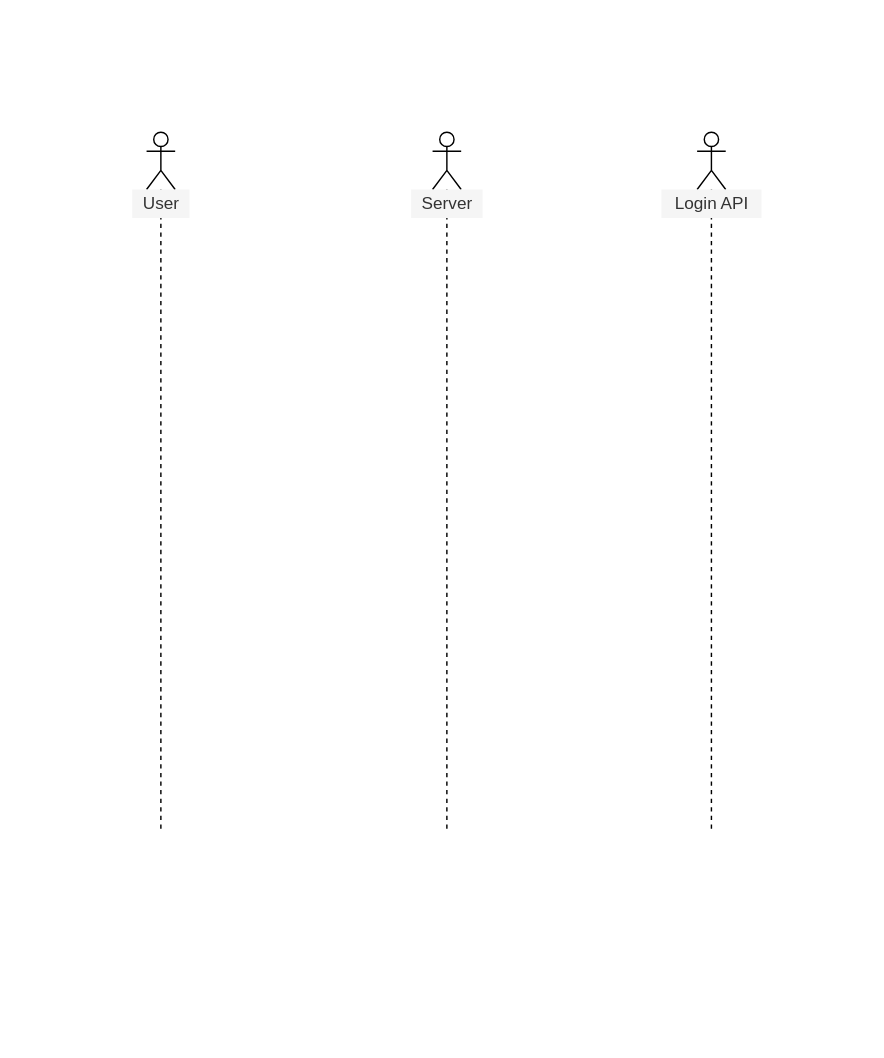
Before: page "Sequence Diagram (Login)" (3 of 4) of Class Diagram.drawio in Psycomentis06/AZIT-e-commerce-API-doc, a draw.io diagram. Source tidied: cells renumbered, new cells numbered last; positions are measured from the earlier drawing's top-left corner, leaving out a move shared by most shapes. Both pictures are drawn from the tidied source at 143%, with x=0, y=0 at pixel (132, 132).
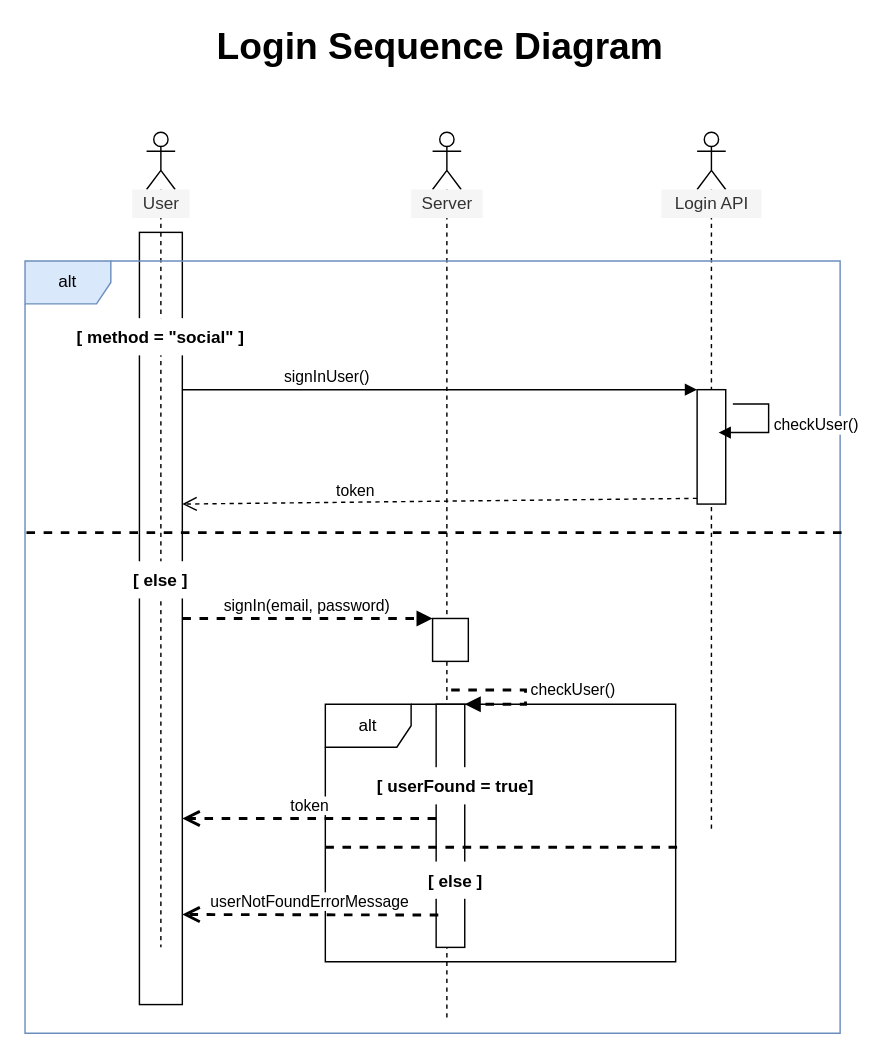
The same page after the edit.

The edit, as a diff of the source:
```diff
@@
+    <mxCell id="8" style="html=1;points=[];perimeter=orthogonalPerimeter;fillColor=#FFFFFF;" parent="1" vertex="1">
+      <mxGeometry x="400" y="210" width="10" height="40" as="geometry" />
+    </mxCell>
+    <mxCell id="9" style="html=1;perimeter=orthogonalPerimeter;" parent="1" vertex="1">
+      <mxGeometry x="5" y="70" width="30" height="540" as="geometry" />
+    </mxCell>
     <mxCell id="2" style="shape=umlLifeline;participant=umlActor;perimeter=lifelinePerimeter;whiteSpace=wrap;html=1;verticalAlign=top;spacingTop=36;" parent="1" vertex="1">
-      <mxGeometry x="10" width="20" height="490" as="geometry" />
+      <mxGeometry x="10" width="20" height="570" as="geometry" />
     </mxCell>
@@
     <mxCell id="4" style="shape=umlLifeline;participant=umlActor;perimeter=lifelinePerimeter;whiteSpace=wrap;html=1;verticalAlign=top;spacingTop=36;" parent="1" vertex="1">
-      <mxGeometry x="210" width="20" height="490" as="geometry" />
+      <mxGeometry x="210" width="20" height="620" as="geometry" />
     </mxCell>
@@
+    <mxCell id="10" value="alt" style="shape=umlFrame;whiteSpace=wrap;html=1;fillColor=#dae8fc;strokeColor=#6c8ebf;" parent="1" vertex="1">
+      <mxGeometry x="-75" y="90" width="570" height="540" as="geometry" />
+    </mxCell>
+    <mxCell id="11" value="&lt;font style=&quot;font-size: 26px&quot;&gt;&lt;b&gt;Login Sequence Diagram&lt;/b&gt;&lt;/font&gt;" style="text;html=1;align=center;verticalAlign=middle;" parent="1" vertex="1">
+      <mxGeometry x="50" y="-70" width="330" height="20" as="geometry" />
+    </mxCell>
+    <mxCell id="12" value="[ method = &quot;social&quot; ]" style="text;align=center;fontStyle=1;verticalAlign=middle;spacingLeft=3;spacingRight=3;strokeColor=none;fillColor=#FFFFFF;" parent="1" vertex="1">
+      <mxGeometry x="-40" y="130" width="120" height="26" as="geometry" />
+    </mxCell>
+    <mxCell id="13" style="html=1;points=[];perimeter=orthogonalPerimeter;fillColor=#FFFFFF;" parent="1" vertex="1">
+      <mxGeometry x="395" y="180" width="20" height="80" as="geometry" />
+    </mxCell>
+    <mxCell id="14" value="signInUser()" style="html=1;verticalAlign=bottom;endArrow=block;entryX=0;entryY=0;" parent="1" edge="1" target="13">
+      <mxGeometry x="-0.44" relative="1" as="geometry">
+        <mxPoint x="35" y="180" as="sourcePoint" />
+      </mxGeometry>
+    </mxCell>
+    <mxCell id="15" value="token" style="html=1;verticalAlign=bottom;endArrow=open;dashed=1;endSize=8;exitX=0;exitY=0.95;" parent="1" edge="1" source="13">
+      <mxGeometry x="0.33" y="1" relative="1" as="geometry">
+        <mxPoint x="35" y="260" as="targetPoint" />
+      </mxGeometry>
+    </mxCell>
+    <mxCell id="16" value="checkUser()" style="edgeStyle=orthogonalEdgeStyle;html=1;align=left;spacingLeft=2;endArrow=block;rounded=0;entryX=1;entryY=0;" parent="1" edge="1" target="8">
+      <mxGeometry relative="1" as="geometry">
+        <mxPoint x="420" y="190" as="sourcePoint" />
+        <Array as="points">
+          <mxPoint x="445" y="190" />
+        </Array>
+      </mxGeometry>
+    </mxCell>
+    <mxCell id="17" style="endArrow=none;html=1;dashed=1;strokeWidth=2;" parent="1" edge="1">
+      <mxGeometry relative="1" as="geometry">
+        <mxPoint x="-74" y="280" as="sourcePoint" />
+        <mxPoint x="496" y="280" as="targetPoint" />
+      </mxGeometry>
+    </mxCell>
+    <mxCell id="18" value="[ else ]" style="text;align=center;fontStyle=1;verticalAlign=middle;spacingLeft=3;spacingRight=3;strokeColor=none;fillColor=#FFFFFF;" parent="1" vertex="1">
+      <mxGeometry x="-6.2" y="300" width="52.5" height="26" as="geometry" />
+    </mxCell>
+    <mxCell id="19" style="html=1;points=[];perimeter=orthogonalPerimeter;fillColor=#FFFFFF;" parent="1" vertex="1">
+      <mxGeometry x="210" y="340" width="25" height="30" as="geometry" />
+    </mxCell>
+    <mxCell id="20" value="signIn(email, password)" style="html=1;verticalAlign=bottom;endArrow=block;entryX=0;entryY=0;dashed=1;strokeWidth=2;exitX=0.193;exitY=0.463;exitDx=0;exitDy=0;exitPerimeter=0;" parent="1" edge="1" source="10" target="19">
+      <mxGeometry relative="1" as="geometry" />
+    </mxCell>
+    <mxCell id="21" value="alt" style="shape=umlFrame;whiteSpace=wrap;html=1;fillColor=#FFFFFF;" parent="1" vertex="1">
+      <mxGeometry x="135" y="400" width="245" height="180" as="geometry" />
+    </mxCell>
+    <mxCell id="22" style="html=1;points=[];perimeter=orthogonalPerimeter;fillColor=#FFFFFF;" parent="1" vertex="1">
+      <mxGeometry x="212.5" y="400" width="20" height="170" as="geometry" />
+    </mxCell>
+    <mxCell id="23" value="checkUser()" style="edgeStyle=orthogonalEdgeStyle;html=1;align=left;spacingLeft=2;endArrow=block;rounded=0;entryX=1;entryY=0;dashed=1;strokeWidth=2;" parent="1" edge="1" target="22">
+      <mxGeometry relative="1" as="geometry">
+        <mxPoint x="223" y="390" as="sourcePoint" />
+        <Array as="points">
+          <mxPoint x="223" y="390" />
+          <mxPoint x="275" y="390" />
+          <mxPoint x="275" y="400" />
+        </Array>
+      </mxGeometry>
+    </mxCell>
+    <mxCell id="24" value="[ userFound = true]" style="text;align=center;fontStyle=1;verticalAlign=middle;spacingLeft=3;spacingRight=3;strokeColor=none;fillColor=#FFFFFF;" parent="1" vertex="1">
+      <mxGeometry x="165" y="444" width="122.5" height="26" as="geometry" />
+    </mxCell>
+    <mxCell id="25" value="token" style="html=1;verticalAlign=bottom;endArrow=open;dashed=1;endSize=8;strokeWidth=2;entryX=0.193;entryY=0.722;entryDx=0;entryDy=0;entryPerimeter=0;" parent="1" edge="1" source="22" target="10">
+      <mxGeometry relative="1" as="geometry" />
+    </mxCell>
+    <mxCell id="26" style="endArrow=none;html=1;dashed=1;strokeWidth=2;" parent="1" edge="1">
+      <mxGeometry relative="1" as="geometry">
+        <mxPoint x="135" y="500" as="sourcePoint" />
+        <mxPoint x="385" y="500" as="targetPoint" />
+      </mxGeometry>
+    </mxCell>
+    <mxCell id="27" value="[ else ]" style="text;align=center;fontStyle=1;verticalAlign=middle;spacingLeft=3;spacingRight=3;strokeColor=none;fillColor=#FFFFFF;" parent="1" vertex="1">
+      <mxGeometry x="203.8" y="510" width="45" height="26" as="geometry" />
+    </mxCell>
+    <mxCell id="28" value="userNotFoundErrorMessage" style="html=1;verticalAlign=bottom;endArrow=open;dashed=1;endSize=8;strokeWidth=2;exitX=0.075;exitY=0.867;exitDx=0;exitDy=0;exitPerimeter=0;" parent="1" edge="1" source="22">
+      <mxGeometry relative="1" as="geometry">
+        <mxPoint x="35" y="547" as="targetPoint" />
+      </mxGeometry>
+    </mxCell>
```
